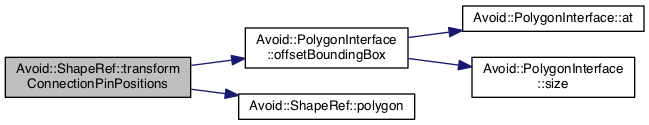
Earlier version of the Graphviz export documentation/classAvoid_1_1ShapeRef_a27cc39cd041b6358705481f1f00066bf_cgraph.png (mjwybrow/adaptagrams). Its source is kept beside it as documentation/classAvoid_1_1ShapeRef_a27cc39cd041b6358705481f1f00066bf_cgraph.dot. Source of this version:
```dot
digraph "Avoid::ShapeRef::transformConnectionPinPositions"
{
  edge [fontname="Helvetica",fontsize="10",labelfontname="Helvetica",labelfontsize="10"];
  node [fontname="Helvetica",fontsize="10",shape=record];
  rankdir="LR";
  Node1 [label="Avoid::ShapeRef::transform\lConnectionPinPositions",height=0.2,width=0.4,color="black", fillcolor="grey75", style="filled", fontcolor="black"];
  Node1 -> Node2 [color="midnightblue",fontsize="10",style="solid",fontname="Helvetica"];
  Node2 [label="Avoid::PolygonInterface\l::offsetBoundingBox",height=0.2,width=0.4,color="black", fillcolor="white", style="filled",URL="$classAvoid_1_1PolygonInterface.html#af92b37a9eddfc22618faf49f74aa0df7",tooltip="Returns the bounding rectangle that contains this polygon with optionally some buffer space around it..."];
  Node2 -> Node3 [color="midnightblue",fontsize="10",style="solid",fontname="Helvetica"];
  Node3 [label="Avoid::PolygonInterface::at",height=0.2,width=0.4,color="black", fillcolor="white", style="filled",URL="$classAvoid_1_1PolygonInterface.html#a951dedf93a692fc9dccdada741d9ebe5",tooltip="Returns a specific point in the polygon. "];
  Node2 -> Node4 [color="midnightblue",fontsize="10",style="solid",fontname="Helvetica"];
  Node4 [label="Avoid::PolygonInterface\l::size",height=0.2,width=0.4,color="black", fillcolor="white", style="filled",URL="$classAvoid_1_1PolygonInterface.html#ab191f5c82a665cc074576bae9f304e8d",tooltip="Returns the number of points in this polygon. "];
  Node1 -> Node5 [color="midnightblue",fontsize="10",style="solid",fontname="Helvetica"];
  Node5 [label="Avoid::ShapeRef::polygon",height=0.2,width=0.4,color="black", fillcolor="white", style="filled",URL="$classAvoid_1_1ShapeRef.html#a7fc77a8dfd21e19d911266258253c429",tooltip="Returns a reference to the polygon boundary of this shape. "];
}
```
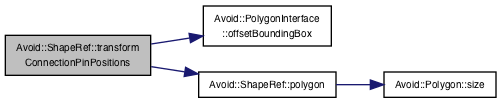
After the commit.

What changed in the source:
```diff
@@ -3,13 +3,11 @@
   edge [fontname="Helvetica",fontsize="10",labelfontname="Helvetica",labelfontsize="10"];
   node [fontname="Helvetica",fontsize="10",shape=record];
   rankdir="LR";
-  Node1 [label="Avoid::ShapeRef::transform\lConnectionPinPositions",height=0.2,width=0.4,color="black", fillcolor="grey75", style="filled", fontcolor="black"];
-  Node1 -> Node2 [color="midnightblue",fontsize="10",style="solid",fontname="Helvetica"];
-  Node2 [label="Avoid::PolygonInterface\l::offsetBoundingBox",height=0.2,width=0.4,color="black", fillcolor="white", style="filled",URL="$classAvoid_1_1PolygonInterface.html#af92b37a9eddfc22618faf49f74aa0df7",tooltip="Returns the bounding rectangle that contains this polygon with optionally some buffer space around it..."];
-  Node2 -> Node3 [color="midnightblue",fontsize="10",style="solid",fontname="Helvetica"];
-  Node3 [label="Avoid::PolygonInterface::at",height=0.2,width=0.4,color="black", fillcolor="white", style="filled",URL="$classAvoid_1_1PolygonInterface.html#a951dedf93a692fc9dccdada741d9ebe5",tooltip="Returns a specific point in the polygon. "];
-  Node2 -> Node4 [color="midnightblue",fontsize="10",style="solid",fontname="Helvetica"];
-  Node4 [label="Avoid::PolygonInterface\l::size",height=0.2,width=0.4,color="black", fillcolor="white", style="filled",URL="$classAvoid_1_1PolygonInterface.html#ab191f5c82a665cc074576bae9f304e8d",tooltip="Returns the number of points in this polygon. "];
-  Node1 -> Node5 [color="midnightblue",fontsize="10",style="solid",fontname="Helvetica"];
-  Node5 [label="Avoid::ShapeRef::polygon",height=0.2,width=0.4,color="black", fillcolor="white", style="filled",URL="$classAvoid_1_1ShapeRef.html#a7fc77a8dfd21e19d911266258253c429",tooltip="Returns a reference to the polygon boundary of this shape. "];
+  Node17 [label="Avoid::ShapeRef::transform\lConnectionPinPositions",height=0.2,width=0.4,color="black", fillcolor="grey75", style="filled", fontcolor="black"];
+  Node17 -> Node18 [color="midnightblue",fontsize="10",style="solid",fontname="Helvetica"];
+  Node18 [label="Avoid::PolygonInterface\l::offsetBoundingBox",height=0.2,width=0.4,color="black", fillcolor="white", style="filled",URL="$classAvoid_1_1PolygonInterface.html#af10740857ee9fd5f9dedfb71a9b42630",tooltip="Returns the bounding rectangle that contains this polygon with optionally some buffer space around it..."];
+  Node17 -> Node19 [color="midnightblue",fontsize="10",style="solid",fontname="Helvetica"];
+  Node19 [label="Avoid::ShapeRef::polygon",height=0.2,width=0.4,color="black", fillcolor="white", style="filled",URL="$classAvoid_1_1ShapeRef.html#aa0a5e8382c7674933e09207bc6e47564",tooltip="Returns a reference to the polygon boundary of this shape. "];
+  Node19 -> Node20 [color="midnightblue",fontsize="10",style="solid",fontname="Helvetica"];
+  Node20 [label="Avoid::Polygon::size",height=0.2,width=0.4,color="black", fillcolor="white", style="filled",URL="$classAvoid_1_1Polygon.html#a2f9e9c8c78407eefbde944e663d9711e",tooltip="Returns the number of points in this polygon. "];
 }
```
